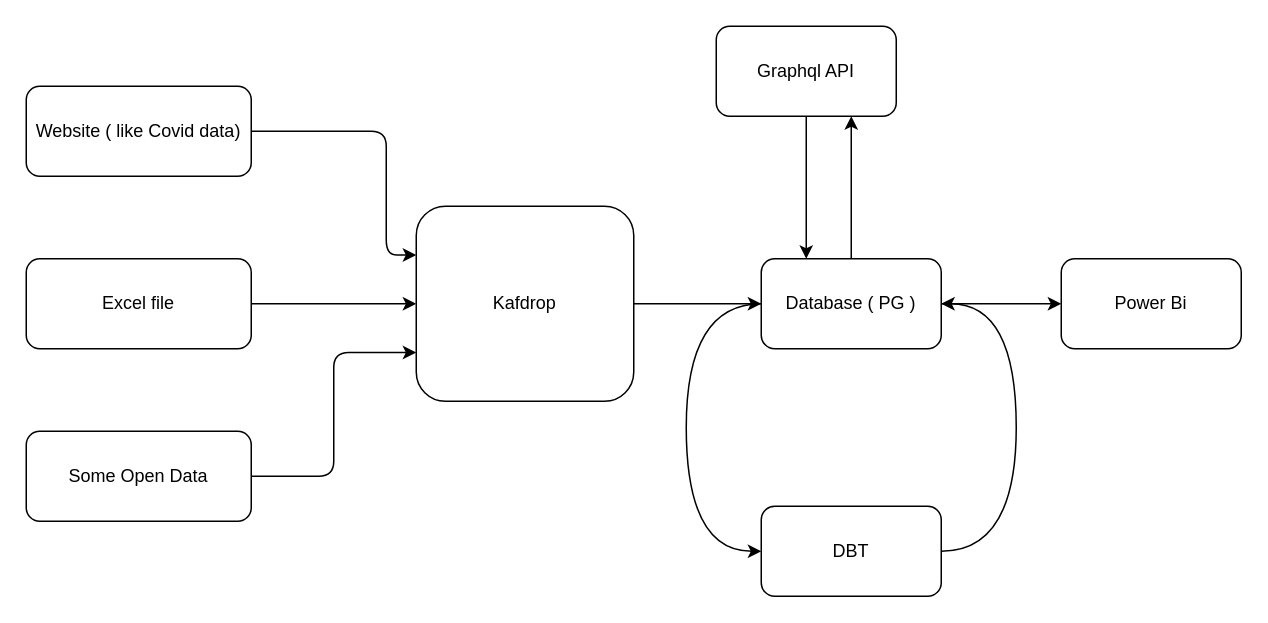
Above: design.drawio in santapong/Zookeeper (draw.io), before the change. Source tidied: cells renumbered, new cells numbered last; positions are measured from the earlier drawing's top-left corner, leaving out a move shared by most shapes. Both pictures are drawn from the tidied source at 150%, with x=0, y=0 at pixel (26, 26).
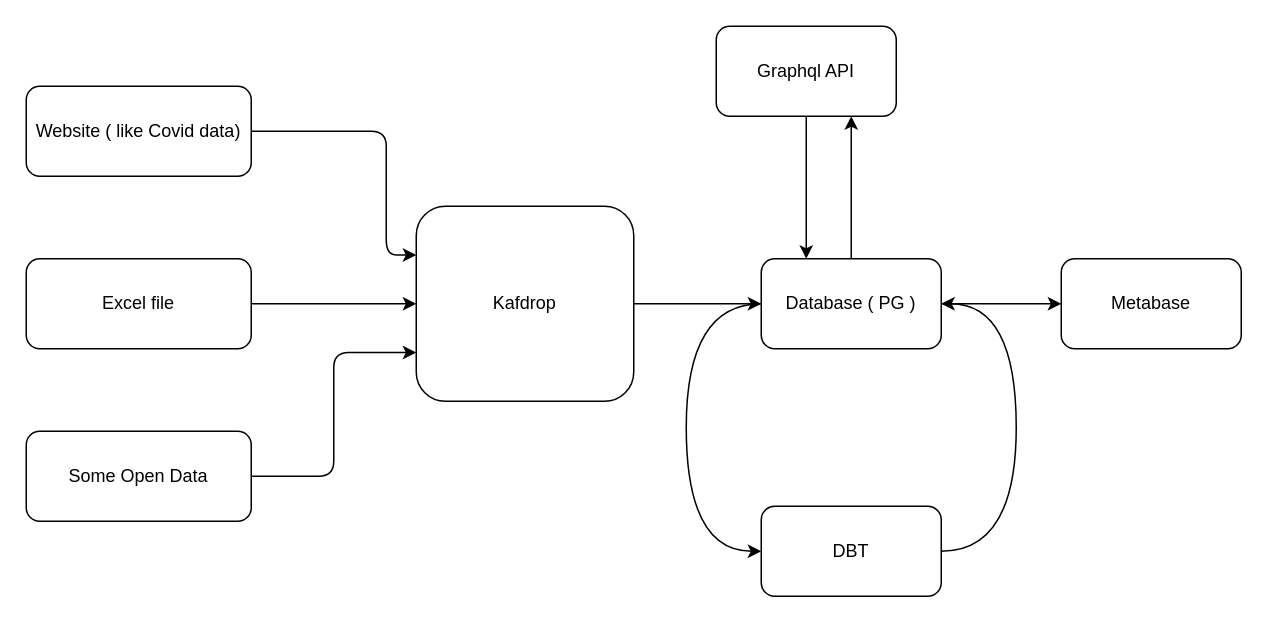
The same page after the edit.

The edit, as a diff of the source:
```diff
@@
-    <mxCell id="11" value="Power Bi" style="rounded=1;whiteSpace=wrap;html=1;" parent="1" vertex="1">
+    <mxCell id="11" value="Metabase" style="rounded=1;whiteSpace=wrap;html=1;" parent="1" vertex="1">
       <mxGeometry x="690" y="155" width="120" height="60" as="geometry" />
     </mxCell>
```
